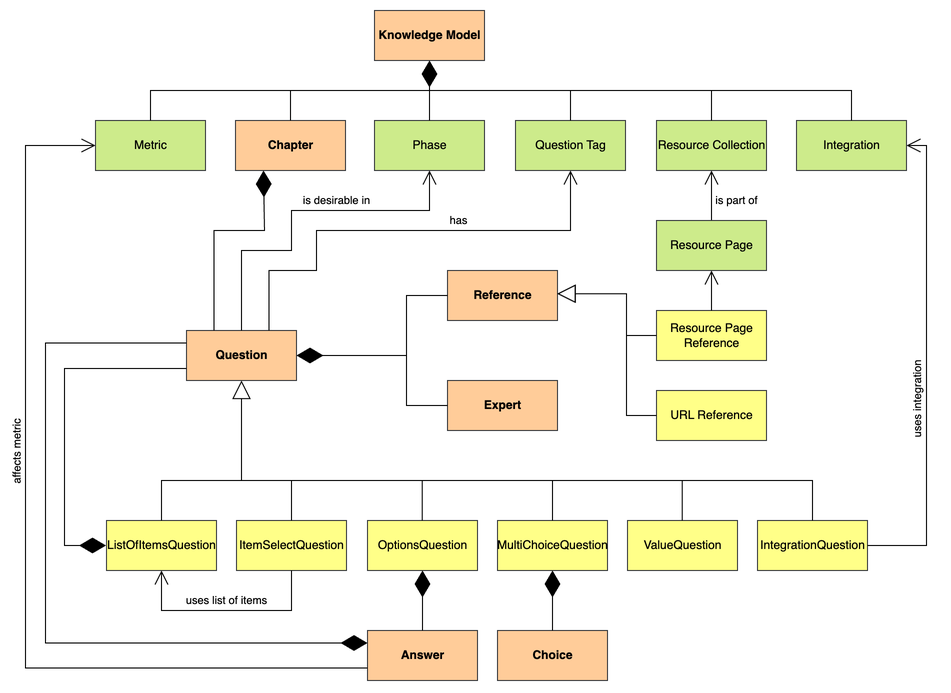
This is docs/about/introduction/knowledge-model/knowledge-model-schema.png from ds-wizard/guide, a draw.io export, as it was before one commit. Source tidied: cells renumbered, new cells last; positions are measured from the earlier drawing's top-left corner, leaving out a move shared by most shapes.
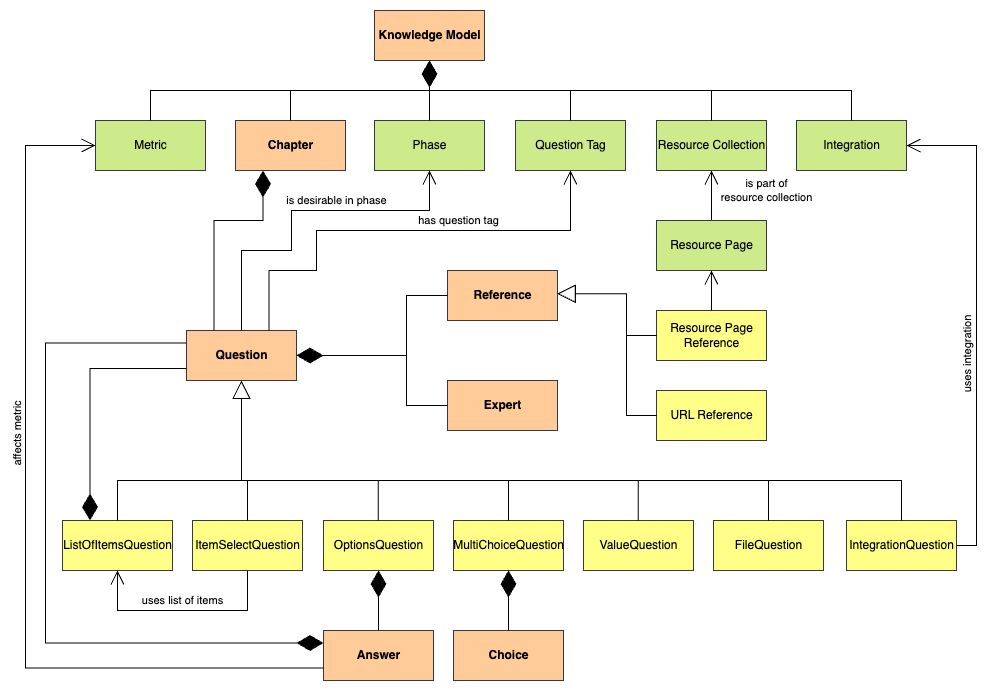
Later version of the same file.

The edit, as a diff of the source:
```diff
@@ -24,25 +24,25 @@
       <mxGeometry x="161" y="320" width="110" height="50" as="geometry" />
     </mxCell>
     <mxCell id="9" value="OptionsQuestion" style="html=1;fillColor=#ffff88;strokeColor=#36393d;" parent="1" vertex="1">
-      <mxGeometry x="342" y="510" width="110" height="50" as="geometry" />
+      <mxGeometry x="298" y="510" width="110" height="50" as="geometry" />
     </mxCell>
     <mxCell id="10" value="ListOfItemsQuestion" style="html=1;fillColor=#ffff88;strokeColor=#36393d;" parent="1" vertex="1">
-      <mxGeometry x="81" y="510" width="110" height="50" as="geometry" />
+      <mxGeometry x="37" y="510" width="110" height="50" as="geometry" />
     </mxCell>
     <mxCell id="11" value="MultiChoiceQuestion" style="html=1;fillColor=#ffff88;strokeColor=#36393d;" parent="1" vertex="1">
-      <mxGeometry x="472" y="510" width="110" height="50" as="geometry" />
+      <mxGeometry x="428" y="510" width="110" height="50" as="geometry" />
     </mxCell>
     <mxCell id="12" value="ValueQuestion" style="html=1;fillColor=#ffff88;strokeColor=#36393d;" parent="1" vertex="1">
-      <mxGeometry x="602" y="510" width="110" height="50" as="geometry" />
+      <mxGeometry x="558" y="510" width="110" height="50" as="geometry" />
     </mxCell>
     <mxCell id="13" value="IntegrationQuestion" style="html=1;fillColor=#ffff88;strokeColor=#36393d;" parent="1" vertex="1">
-      <mxGeometry x="732" y="510" width="110" height="50" as="geometry" />
+      <mxGeometry x="821" y="510" width="110" height="50" as="geometry" />
     </mxCell>
     <mxCell id="14" value="Answer" style="html=1;fontStyle=1;fillColor=#ffcc99;strokeColor=#36393d;" parent="1" vertex="1">
-      <mxGeometry x="342" y="620" width="110" height="50" as="geometry" />
+      <mxGeometry x="298" y="620" width="110" height="50" as="geometry" />
     </mxCell>
     <mxCell id="15" value="Choice" style="html=1;fontStyle=1;fillColor=#ffcc99;strokeColor=#36393d;" parent="1" vertex="1">
-      <mxGeometry x="472" y="620" width="110" height="50" as="geometry" />
+      <mxGeometry x="428" y="620" width="110" height="50" as="geometry" />
     </mxCell>
     <mxCell id="16" value="&lt;div&gt;&lt;span style=&quot;background-color: initial;&quot;&gt;Reference&lt;/span&gt;&lt;br&gt;&lt;/div&gt;" style="html=1;fillColor=#ffcc99;strokeColor=#36393d;fontStyle=1;" parent="1" vertex="1">
       <mxGeometry x="422" y="260" width="110" height="50" as="geometry" />
@@ -65,11 +65,11 @@
     <mxCell id="22" style="endArrow=diamondThin;endFill=1;endSize=24;html=1;rounded=0;entryX=0.5;entryY=1;entryDx=0;entryDy=0;exitX=0.5;exitY=0;exitDx=0;exitDy=0;edgeStyle=orthogonalEdgeStyle;" parent="1" edge="1" source="7" target="2">
       <mxGeometry relative="1" as="geometry" />
     </mxCell>
-    <mxCell id="23" style="endArrow=diamondThin;endFill=1;endSize=24;html=1;rounded=0;exitX=0.25;exitY=0;exitDx=0;exitDy=0;edgeStyle=orthogonalEdgeStyle;" parent="1" edge="1" source="8">
+    <mxCell id="23" style="endArrow=diamondThin;endFill=1;endSize=24;html=1;rounded=0;edgeStyle=orthogonalEdgeStyle;entryX=0.25;entryY=1;entryDx=0;entryDy=0;exitX=0.25;exitY=0;exitDx=0;exitDy=0;" parent="1" edge="1" source="8" target="4">
       <mxGeometry relative="1" as="geometry">
-        <mxPoint x="238" y="160" as="targetPoint" />
         <Array as="points">
-          <mxPoint x="239" y="220" />
+          <mxPoint x="188" y="210" />
+          <mxPoint x="238" y="210" />
         </Array>
       </mxGeometry>
     </mxCell>
@@ -79,13 +79,11 @@
     <mxCell id="25" style="endArrow=diamondThin;endFill=1;endSize=24;html=1;rounded=0;entryX=0.5;entryY=1;entryDx=0;entryDy=0;edgeStyle=orthogonalEdgeStyle;exitX=0.5;exitY=0;exitDx=0;exitDy=0;" parent="1" edge="1" source="15" target="11">
       <mxGeometry relative="1" as="geometry" />
     </mxCell>
-    <mxCell id="26" style="endArrow=diamondThin;endFill=1;endSize=24;html=1;rounded=0;edgeStyle=orthogonalEdgeStyle;entryX=0;entryY=0.5;entryDx=0;entryDy=0;" parent="1" edge="1">
+    <mxCell id="26" style="endArrow=diamondThin;endFill=1;endSize=24;html=1;rounded=0;edgeStyle=orthogonalEdgeStyle;entryX=0.25;entryY=0;entryDx=0;entryDy=0;" parent="1" edge="1" target="10">
       <mxGeometry relative="1" as="geometry">
         <mxPoint x="161" y="358" as="sourcePoint" />
-        <mxPoint x="80.5" y="535" as="targetPoint" />
         <Array as="points">
-          <mxPoint x="39" y="358" />
-          <mxPoint x="39" y="535" />
+          <mxPoint x="65" y="358" />
         </Array>
       </mxGeometry>
     </mxCell>
@@ -100,7 +98,7 @@
     <mxCell id="28" style="endArrow=block;endSize=16;endFill=0;html=1;rounded=0;edgeStyle=orthogonalEdgeStyle;entryX=0.5;entryY=1;entryDx=0;entryDy=0;exitX=0.5;exitY=0;exitDx=0;exitDy=0;" parent="1" edge="1" source="10" target="8">
       <mxGeometry relative="1" as="geometry">
         <Array as="points">
-          <mxPoint x="136" y="470" />
+          <mxPoint x="92" y="470" />
           <mxPoint x="216" y="470" />
         </Array>
       </mxGeometry>
@@ -113,7 +111,7 @@
         </Array>
       </mxGeometry>
     </mxCell>
-    <mxCell id="30" value="is desirable in" style="endArrow=open;endFill=1;endSize=12;html=1;rounded=0;exitX=0.5;exitY=0;exitDx=0;exitDy=0;entryX=0.5;entryY=1;entryDx=0;entryDy=0;edgeStyle=orthogonalEdgeStyle;" parent="1" edge="1" source="8" target="5">
+    <mxCell id="30" value="is desirable in phase" style="endArrow=open;endFill=1;endSize=12;html=1;rounded=0;exitX=0.5;exitY=0;exitDx=0;exitDy=0;entryX=0.5;entryY=1;entryDx=0;entryDy=0;edgeStyle=orthogonalEdgeStyle;" parent="1" edge="1" source="8" target="5">
       <mxGeometry x="0.24" y="10" relative="1" as="geometry">
         <Array as="points">
           <mxPoint x="216" y="240" />
@@ -123,7 +121,7 @@
         </Array>
       </mxGeometry>
     </mxCell>
-    <mxCell id="31" value="has" style="endArrow=open;endFill=1;endSize=12;html=1;rounded=0;entryX=0.5;entryY=1;entryDx=0;entryDy=0;edgeStyle=orthogonalEdgeStyle;exitX=0.75;exitY=0;exitDx=0;exitDy=0;" parent="1" edge="1" source="8" target="6">
+    <mxCell id="31" value="has question tag" style="endArrow=open;endFill=1;endSize=12;html=1;rounded=0;entryX=0.5;entryY=1;entryDx=0;entryDy=0;edgeStyle=orthogonalEdgeStyle;exitX=0.75;exitY=0;exitDx=0;exitDy=0;" parent="1" edge="1" source="8" target="6">
       <mxGeometry x="0.25" y="10" relative="1" as="geometry">
         <Array as="points">
           <mxPoint x="244" y="260" />
@@ -133,11 +131,11 @@
         </Array>
       </mxGeometry>
     </mxCell>
-    <mxCell id="32" style="endArrow=open;endFill=1;endSize=12;html=1;rounded=0;exitX=1;exitY=0.5;exitDx=0;exitDy=0;entryX=1;entryY=0.5;entryDx=0;entryDy=0;edgeStyle=orthogonalEdgeStyle;" parent="1" edge="1" source="13" target="7">
+    <mxCell id="32" style="endArrow=open;endFill=1;endSize=12;html=1;rounded=0;entryX=1;entryY=0.5;entryDx=0;entryDy=0;edgeStyle=orthogonalEdgeStyle;exitX=1;exitY=0.5;exitDx=0;exitDy=0;" parent="1" edge="1" source="13" target="7">
       <mxGeometry relative="1" as="geometry">
         <Array as="points">
-          <mxPoint x="901" y="535" />
-          <mxPoint x="901" y="135" />
+          <mxPoint x="951" y="535" />
+          <mxPoint x="951" y="135" />
         </Array>
       </mxGeometry>
     </mxCell>
@@ -147,7 +145,7 @@
       </mxGeometry>
     </mxCell>
     <mxCell id="34" value="ItemSelectQuestion" style="html=1;fillColor=#ffff88;strokeColor=#36393d;" parent="1" vertex="1">
-      <mxGeometry x="211" y="510" width="110" height="50" as="geometry" />
+      <mxGeometry x="167" y="510" width="110" height="50" as="geometry" />
     </mxCell>
     <mxCell id="35" value="Resource Collection" style="html=1;fillColor=#cdeb8b;strokeColor=#36393d;" parent="1" vertex="1">
       <mxGeometry x="631" y="110" width="110" height="50" as="geometry" />
@@ -157,32 +155,33 @@
     </mxCell>
     <mxCell id="37" style="endArrow=none;html=1;rounded=0;exitX=0.5;exitY=0;exitDx=0;exitDy=0;" parent="1" edge="1" source="34">
       <mxGeometry relative="1" as="geometry">
-        <mxPoint x="266" y="470" as="targetPoint" />
+        <mxPoint x="222" y="470" as="targetPoint" />
       </mxGeometry>
     </mxCell>
     <mxCell id="38" style="endArrow=none;html=1;rounded=0;entryX=0.5;entryY=0;entryDx=0;entryDy=0;" parent="1" edge="1" target="13">
       <mxGeometry relative="1" as="geometry">
-        <mxPoint x="211" y="470" as="sourcePoint" />
+        <mxPoint x="167" y="470" as="sourcePoint" />
         <Array as="points">
-          <mxPoint x="787" y="470" />
+          <mxPoint x="743" y="470" />
+          <mxPoint x="876" y="470" />
         </Array>
       </mxGeometry>
     </mxCell>
     <mxCell id="39" style="endArrow=none;html=1;rounded=0;entryX=0.5;entryY=0;entryDx=0;entryDy=0;" parent="1" edge="1" target="11">
       <mxGeometry relative="1" as="geometry">
-        <mxPoint x="527" y="470" as="sourcePoint" />
+        <mxPoint x="483" y="470" as="sourcePoint" />
       </mxGeometry>
     </mxCell>
     <mxCell id="40" style="endArrow=none;html=1;rounded=0;entryX=0.5;entryY=0;entryDx=0;entryDy=0;" parent="1" edge="1">
       <mxGeometry relative="1" as="geometry">
-        <mxPoint x="656.8" y="470" as="sourcePoint" />
-        <mxPoint x="656.8" y="510" as="targetPoint" />
+        <mxPoint x="612.8" y="470" as="sourcePoint" />
+        <mxPoint x="612.8" y="510" as="targetPoint" />
       </mxGeometry>
     </mxCell>
     <mxCell id="41" style="endArrow=none;html=1;rounded=0;entryX=0.5;entryY=0;entryDx=0;entryDy=0;" parent="1" edge="1">
       <mxGeometry relative="1" as="geometry">
-        <mxPoint x="396.8" y="470" as="sourcePoint" />
-        <mxPoint x="396.8" y="510" as="targetPoint" />
+        <mxPoint x="352.8" y="470" as="sourcePoint" />
+        <mxPoint x="352.8" y="510" as="targetPoint" />
       </mxGeometry>
     </mxCell>
     <mxCell id="42" style="endArrow=none;html=1;rounded=0;entryX=0.5;entryY=0;entryDx=0;entryDy=0;" parent="1" edge="1" target="35">
@@ -193,8 +192,8 @@
     <mxCell id="43" value="uses list of items" style="endArrow=open;endFill=1;endSize=12;html=1;rounded=0;exitX=0.5;exitY=1;exitDx=0;exitDy=0;entryX=0.5;entryY=1;entryDx=0;entryDy=0;edgeStyle=orthogonalEdgeStyle;horizontal=1;" parent="1" edge="1" source="34" target="10">
       <mxGeometry y="-10" relative="1" as="geometry">
         <Array as="points">
-          <mxPoint x="266" y="600" />
-          <mxPoint x="136" y="600" />
+          <mxPoint x="222" y="600" />
+          <mxPoint x="92" y="600" />
         </Array>
       </mxGeometry>
     </mxCell>
@@ -217,8 +216,8 @@
     <mxCell id="46" value="&lt;span style=&quot;font-weight: normal;&quot;&gt;URL Reference&lt;/span&gt;" style="html=1;fillColor=#FFFF88;strokeColor=#36393d;fontStyle=1;" parent="1" vertex="1">
       <mxGeometry x="631" y="380" width="110" height="50" as="geometry" />
     </mxCell>
-    <mxCell id="47" value="is part of" style="endArrow=open;endFill=1;endSize=12;html=1;rounded=0;exitX=0.5;exitY=0;exitDx=0;exitDy=0;entryX=0.5;entryY=1;entryDx=0;entryDy=0;edgeStyle=orthogonalEdgeStyle;" parent="1" edge="1" source="50" target="35">
-      <mxGeometry x="-0.2" y="-25" relative="1" as="geometry">
+    <mxCell id="47" value="is part of&lt;div&gt;resource collection&lt;/div&gt;" style="endArrow=open;endFill=1;endSize=12;html=1;rounded=0;exitX=0.5;exitY=0;exitDx=0;exitDy=0;entryX=0.5;entryY=1;entryDx=0;entryDy=0;edgeStyle=orthogonalEdgeStyle;" parent="1" edge="1" source="50" target="35">
+      <mxGeometry x="0.2" y="-55" relative="1" as="geometry">
         <Array as="points">
           <mxPoint x="686" y="200" />
           <mxPoint x="686" y="200" />
@@ -252,5 +251,13 @@
         </Array>
       </mxGeometry>
     </mxCell>
+    <mxCell id="52" value="FileQuestion" style="html=1;fillColor=#ffff88;strokeColor=#36393d;" parent="1" vertex="1">
+      <mxGeometry x="688" y="510" width="110" height="50" as="geometry" />
+    </mxCell>
+    <mxCell id="53" style="endArrow=none;html=1;rounded=0;exitX=0.5;exitY=0;exitDx=0;exitDy=0;" parent="1" edge="1" source="52">
+      <mxGeometry relative="1" as="geometry">
+        <mxPoint x="743" y="470" as="targetPoint" />
+      </mxGeometry>
+    </mxCell>
   </root>
 </mxGraphModel>
```
